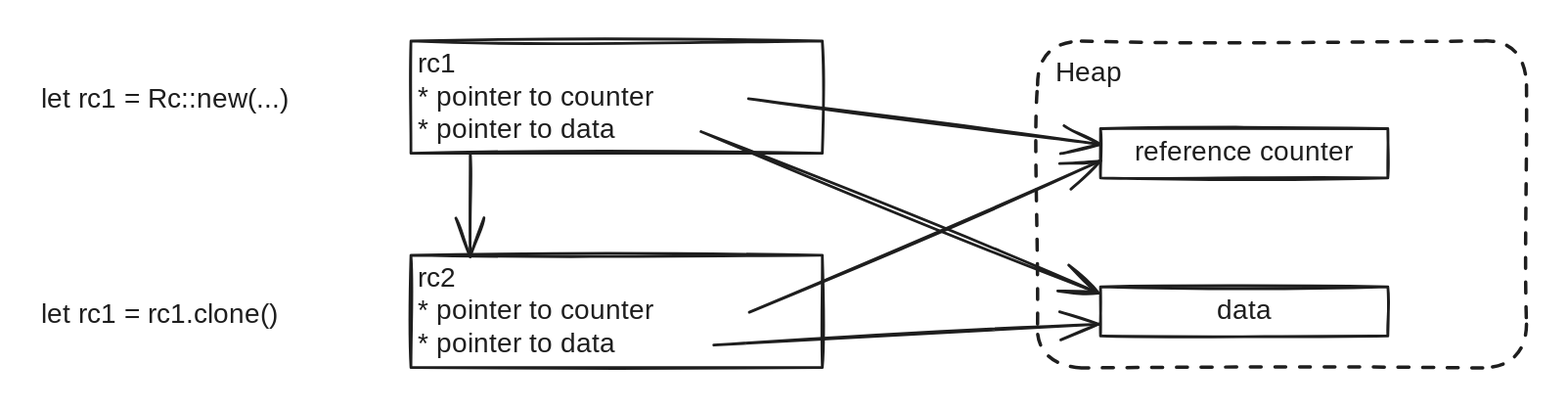
snorochevskiy/inroll-into-rust keeps this Excalidraw diagram as .gitbook/assets/file.excalidraw (5).svg. Above is the earlier version. Source tidied: one line per element, renumbered; positions are measured from the earlier drawing's top-left corner, leaving out a move shared by most shapes. Source of this version:
```json
{"id": 0, "type": "rectangle", "strokeColor": "#1e1e1e", "strokeWidth": 2, "strokeStyle": "dashed", "roughness": 1, "round": true, "x": 728, "y": 0, "width": 357, "height": 239}
{"id": 1, "type": "text", "text": "Heap", "strokeColor": "#1e1e1e", "strokeWidth": 2, "roughness": 1, "fontSize": 20, "fontFamily": 1, "x": 741, "y": 12, "width": 45, "height": 25}
{"id": 2, "type": "rectangle", "strokeColor": "#1e1e1e", "strokeWidth": 2, "roughness": 1, "x": 774, "y": 64, "width": 210, "height": 36}
{"id": 3, "type": "text", "text": "reference counter", "strokeColor": "#1e1e1e", "strokeWidth": 2, "roughness": 1, "fontSize": 20, "fontFamily": 1, "textAlign": "center", "verticalAlign": "middle", "inside": 2, "x": 792, "y": 70, "width": 173, "height": 25}
{"id": 4, "type": "rectangle", "strokeColor": "#1e1e1e", "strokeWidth": 2, "roughness": 1, "x": 774, "y": 179, "width": 210, "height": 36}
{"id": 5, "type": "text", "text": "data", "strokeColor": "#1e1e1e", "strokeWidth": 2, "roughness": 1, "fontSize": 20, "fontFamily": 1, "textAlign": "center", "verticalAlign": "middle", "inside": 4, "x": 854, "y": 185, "width": 50, "height": 25}
{"id": 6, "type": "rectangle", "strokeColor": "#1e1e1e", "strokeWidth": 2, "roughness": 1, "x": 270, "y": 0, "width": 301, "height": 82}
{"id": 7, "type": "text", "text": "rc1\n* pointer to counter\n* pointer to data", "strokeColor": "#1e1e1e", "strokeWidth": 2, "roughness": 1, "fontSize": 20, "fontFamily": 3, "verticalAlign": "middle", "inside": 6, "x": 275, "y": 5, "width": 236, "height": 72}
{"id": 8, "type": "rectangle", "strokeColor": "#1e1e1e", "strokeWidth": 2, "roughness": 1, "x": 270, "y": 156, "width": 301, "height": 82}
{"id": 9, "type": "text", "text": "rc2\n* pointer to counter\n* pointer to data", "strokeColor": "#1e1e1e", "strokeWidth": 2, "roughness": 1, "fontSize": 20, "fontFamily": 3, "verticalAlign": "middle", "inside": 8, "x": 275, "y": 161, "width": 236, "height": 72}
{"id": 10, "type": "arrow", "strokeColor": "#1e1e1e", "strokeWidth": 2, "roughness": 1, "endArrowhead": "arrow", "x": 313, "y": 81, "width": 0, "height": 76, "points": [[0, 0], [0, 76]]}
{"id": 11, "type": "text", "text": "let rc1 = Rc::new(...)", "strokeColor": "#1e1e1e", "strokeWidth": 2, "roughness": 1, "fontSize": 20, "fontFamily": 3, "x": 0, "y": 31, "width": 259, "height": 24}
{"id": 12, "type": "arrow", "strokeColor": "#1e1e1e", "strokeWidth": 2, "roughness": 1, "endArrowhead": "arrow", "x": 517, "y": 42, "width": 257, "height": 33, "points": [[0, 0], [257, 33]]}
{"id": 13, "type": "arrow", "strokeColor": "#1e1e1e", "strokeWidth": 2, "roughness": 1, "endArrowhead": "arrow", "x": 517, "y": 198, "width": 257, "height": 111, "points": [[0, 0], [257, -111]]}
{"id": 14, "type": "arrow", "strokeColor": "#1e1e1e", "strokeWidth": 2, "roughness": 1, "endArrowhead": "arrow", "x": 482, "y": 66, "width": 291, "height": 118, "points": [[0, 0], [291, 118]]}
{"id": 15, "type": "arrow", "strokeColor": "#1e1e1e", "strokeWidth": 2, "roughness": 1, "endArrowhead": "arrow", "x": 491, "y": 222, "width": 281, "height": 15, "points": [[0, 0], [281, -15]]}
{"id": 16, "type": "text", "text": "let rc1 = rc1.clone()", "strokeColor": "#1e1e1e", "strokeWidth": 2, "roughness": 1, "fontSize": 20, "fontFamily": 3, "x": 0, "y": 188, "width": 247, "height": 24}
```
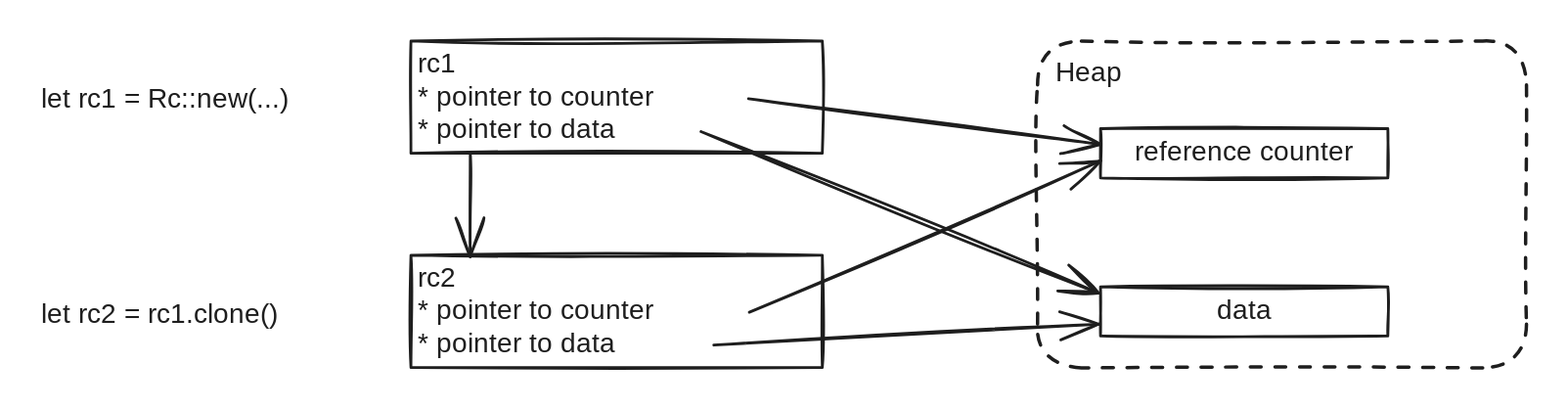
Above is the later version.

Change to the diagram source:
```diff
@@ -14,4 +14,4 @@
 {"id": 13, "type": "arrow", "strokeColor": "#1e1e1e", "strokeWidth": 2, "roughness": 1, "endArrowhead": "arrow", "x": 517, "y": 198, "width": 257, "height": 111, "points": [[0, 0], [257, -111]]}
 {"id": 14, "type": "arrow", "strokeColor": "#1e1e1e", "strokeWidth": 2, "roughness": 1, "endArrowhead": "arrow", "x": 482, "y": 66, "width": 291, "height": 118, "points": [[0, 0], [291, 118]]}
 {"id": 15, "type": "arrow", "strokeColor": "#1e1e1e", "strokeWidth": 2, "roughness": 1, "endArrowhead": "arrow", "x": 491, "y": 222, "width": 281, "height": 15, "points": [[0, 0], [281, -15]]}
-{"id": 16, "type": "text", "text": "let rc1 = rc1.clone()", "strokeColor": "#1e1e1e", "strokeWidth": 2, "roughness": 1, "fontSize": 20, "fontFamily": 3, "x": 0, "y": 188, "width": 247, "height": 24}
+{"id": 16, "type": "text", "text": "let rc2 = rc1.clone()", "strokeColor": "#1e1e1e", "strokeWidth": 2, "roughness": 1, "fontSize": 20, "fontFamily": 3, "x": 0, "y": 188, "width": 247, "height": 24}
```
